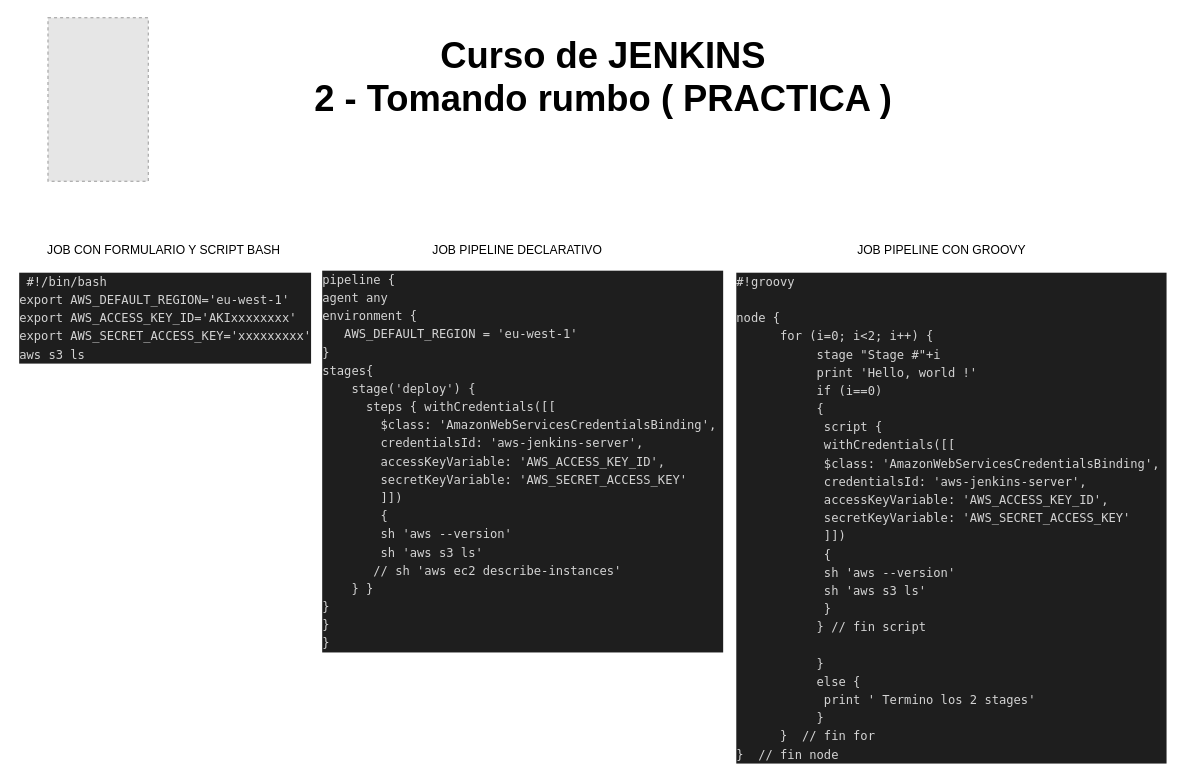
The draw.io diagram page "2--tecnicapresentacion" (4 of 6) of imagenes/jenkins-gcloud.drawio in agustinjaume/jenkins-server, before the edit. Source tidied: cells renumbered, new cells numbered last; positions are measured from the earlier drawing's top-left corner, leaving out a move shared by most shapes. Both pictures are drawn from the tidied source at 101%, with x=0, y=0 at pixel (17, 17). Pictures stored in the file or linked from it are replaced by grey dashed boxes.
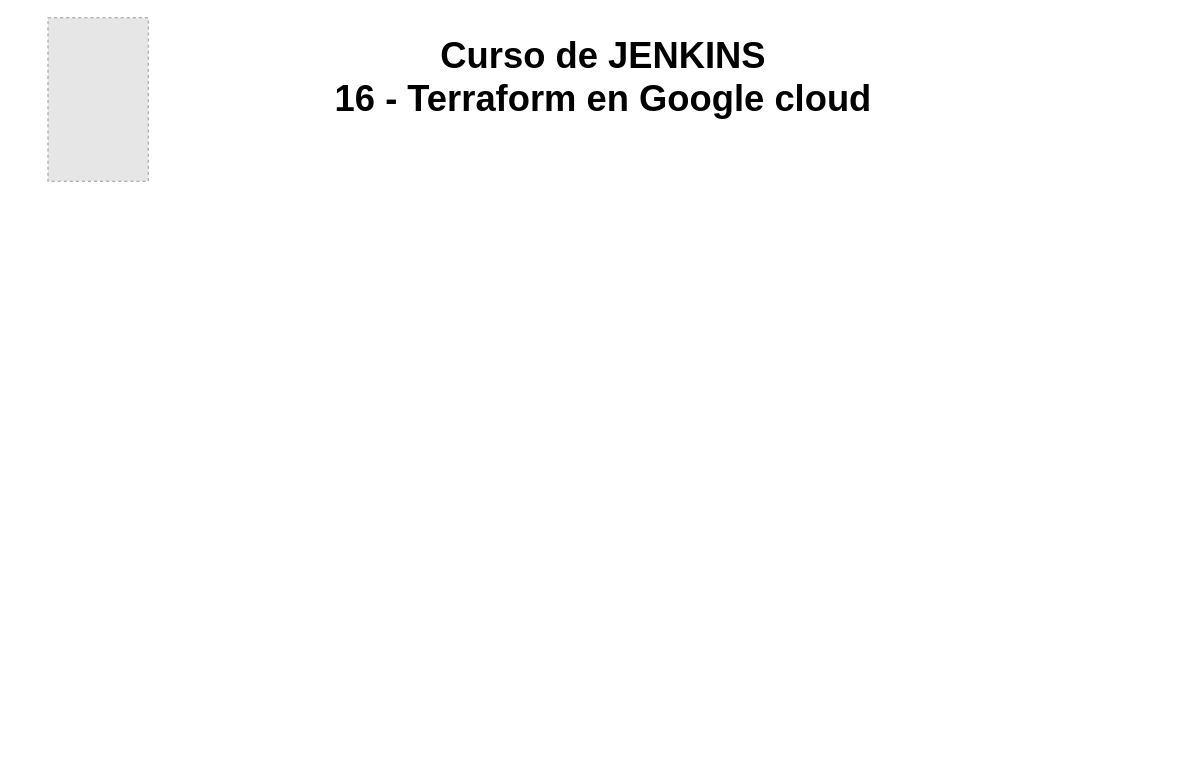
The same diagram, later.

Commit message (it also covers changes not shown here):
add terraform google cloud V2

Diff of the diagram source:
```diff
@@
 <mxGraphModel background="#ffffff">
   <root>
     <mxCell id="0" />
     <mxCell id="1" parent="0" />
-    <mxCell id="2" value="&lt;h1&gt;&lt;font style=&quot;font-size: 36px&quot;&gt;Curso de JENKINS&lt;br&gt;2 - Tomando rumbo ( PRACTICA )&lt;/font&gt;&lt;/h1&gt;&lt;div&gt;&lt;font style=&quot;font-size: 36px&quot;&gt;&lt;br&gt;&lt;/font&gt;&lt;/div&gt;" style="text;html=1;strokeColor=none;fillColor=none;spacing=5;spacingTop=-20;whiteSpace=wrap;overflow=hidden;rounded=0;align=center;" parent="1" vertex="1">
+    <mxCell id="2" value="&lt;h1&gt;&lt;font style=&quot;font-size: 36px&quot;&gt;Curso de JENKINS&lt;br&gt;16 - Terraform en Google cloud&lt;/font&gt;&lt;/h1&gt;&lt;div&gt;&lt;font style=&quot;font-size: 36px&quot;&gt;&lt;br&gt;&lt;/font&gt;&lt;/div&gt;" style="text;html=1;strokeColor=none;fillColor=none;spacing=5;spacingTop=-20;whiteSpace=wrap;overflow=hidden;rounded=0;align=center;" parent="1" vertex="1">
       <mxGeometry x="220" y="10" width="720" height="120" as="geometry" />
     </mxCell>
     <mxCell id="3" style="fillColor=#E6E6E6;strokeColor=#999999;dashed=1;" parent="1" vertex="1">
       <mxGeometry x="30" width="99.3" height="162" as="geometry" />
     </mxCell>
-    <mxCell id="4" value="&lt;pre&gt;&lt;div style=&quot;color: rgb(212 , 212 , 212) ; background-color: rgb(30 , 30 , 30) ; font-family: &amp;#34;menlo&amp;#34; , &amp;#34;monaco&amp;#34; , &amp;#34;courier new&amp;#34; , monospace ; line-height: 18px&quot;&gt;&lt;div&gt;pipeline {&lt;/div&gt;&lt;div&gt;agent any &lt;/div&gt;&lt;div&gt;environment {&lt;/div&gt;&lt;div&gt;   AWS_DEFAULT_REGION = 'eu-west-1' &lt;/div&gt;&lt;div&gt;}&lt;/div&gt;&lt;div&gt;stages{ &lt;/div&gt;&lt;div&gt;    stage('deploy') {&lt;/div&gt;&lt;div&gt;      steps { withCredentials([[&lt;/div&gt;&lt;div&gt;        $class: 'AmazonWebServicesCredentialsBinding', &lt;/div&gt;&lt;div&gt;        credentialsId: 'aws-jenkins-server', &lt;/div&gt;&lt;div&gt;        accessKeyVariable: 'AWS_ACCESS_KEY_ID', &lt;/div&gt;&lt;div&gt;        secretKeyVariable: 'AWS_SECRET_ACCESS_KEY'&lt;/div&gt;&lt;div&gt;        ]]) &lt;/div&gt;&lt;div&gt;        {&lt;/div&gt;&lt;div&gt;        sh 'aws --version' &lt;/div&gt;&lt;div&gt;        sh 'aws s3 ls' &lt;/div&gt;&lt;div&gt;       // sh 'aws ec2 describe-instances'&lt;/div&gt;&lt;div&gt;    } }&lt;/div&gt;&lt;div&gt;} &lt;/div&gt;&lt;div&gt;} &lt;/div&gt;&lt;div&gt;}&lt;/div&gt;&lt;/div&gt;&lt;/pre&gt;" style="text;html=1;strokeColor=none;fillColor=none;align=left;verticalAlign=middle;whiteSpace=wrap;rounded=0;" parent="1" vertex="1">
-      <mxGeometry x="300" y="244" width="400" height="390" as="geometry" />
-    </mxCell>
-    <mxCell id="5" value="&lt;div style=&quot;color: rgb(212 , 212 , 212) ; background-color: rgb(30 , 30 , 30) ; font-family: &amp;#34;menlo&amp;#34; , &amp;#34;monaco&amp;#34; , &amp;#34;courier new&amp;#34; , monospace ; line-height: 18px ; white-space: pre&quot;&gt;&lt;div&gt;#!groovy&lt;/div&gt;&lt;br&gt;&lt;div&gt;node {&lt;/div&gt;&lt;div&gt;      for (i=0; i&amp;lt;2; i++) { &lt;/div&gt;&lt;div&gt;           stage &quot;Stage #&quot;+i&lt;/div&gt;&lt;div&gt;           print 'Hello, world !'&lt;/div&gt;&lt;div&gt;           if (i==0)&lt;/div&gt;&lt;div&gt;           {&lt;/div&gt;&lt;div&gt;            script {&lt;/div&gt;&lt;div&gt;            withCredentials([[&lt;/div&gt;&lt;div&gt;            $class: 'AmazonWebServicesCredentialsBinding', &lt;/div&gt;&lt;div&gt;            credentialsId: 'aws-jenkins-server', &lt;/div&gt;&lt;div&gt;            accessKeyVariable: 'AWS_ACCESS_KEY_ID', &lt;/div&gt;&lt;div&gt;            secretKeyVariable: 'AWS_SECRET_ACCESS_KEY'&lt;/div&gt;&lt;div&gt;            ]]) &lt;/div&gt;&lt;div&gt;            {&lt;/div&gt;&lt;div&gt;            sh 'aws --version' &lt;/div&gt;&lt;div&gt;            sh 'aws s3 ls'&lt;/div&gt;&lt;div&gt;            } &lt;/div&gt;&lt;div&gt;           } // fin script&lt;/div&gt;&lt;br&gt;&lt;div&gt;           }&lt;/div&gt;&lt;div&gt;           else {&lt;/div&gt;&lt;div&gt;            print ' Termino los 2 stages'&lt;/div&gt;&lt;div&gt;           }&lt;/div&gt;&lt;div&gt;      }  // fin for &lt;/div&gt;&lt;div&gt;}  // fin node &lt;/div&gt;&lt;/div&gt;" style="text;html=1;strokeColor=none;fillColor=none;align=left;verticalAlign=middle;whiteSpace=wrap;rounded=0;" parent="1" vertex="1">
-      <mxGeometry x="710" y="250" width="430" height="490" as="geometry" />
-    </mxCell>
-    <mxCell id="6" value="&lt;div style=&quot;color: rgb(212 , 212 , 212) ; background-color: rgb(30 , 30 , 30) ; font-family: &amp;#34;menlo&amp;#34; , &amp;#34;monaco&amp;#34; , &amp;#34;courier new&amp;#34; , monospace ; line-height: 18px ; white-space: pre&quot;&gt;&lt;div&gt; #!/bin/bash&lt;/div&gt;&lt;div&gt;export AWS_DEFAULT_REGION='eu-west-1'&lt;/div&gt;&lt;div&gt;export AWS_ACCESS_KEY_ID='AKIxxxxxxxx'&lt;/div&gt;&lt;div&gt;export AWS_SECRET_ACCESS_KEY='xxxxxxxxx'&lt;/div&gt;&lt;div&gt;aws s3 ls  &lt;/div&gt;&lt;/div&gt;" style="text;html=1;strokeColor=none;fillColor=none;align=left;verticalAlign=middle;whiteSpace=wrap;rounded=0;" parent="1" vertex="1">
-      <mxGeometry y="237" width="290" height="120" as="geometry" />
-    </mxCell>
-    <mxCell id="7" value="JOB CON FORMULARIO Y SCRIPT BASH" style="text;html=1;strokeColor=none;fillColor=none;align=center;verticalAlign=middle;whiteSpace=wrap;rounded=0;" parent="1" vertex="1">
-      <mxGeometry x="20" y="220" width="250" height="20" as="geometry" />
-    </mxCell>
-    <mxCell id="8" value="JOB PIPELINE DECLARATIVO" style="text;html=1;strokeColor=none;fillColor=none;align=center;verticalAlign=middle;whiteSpace=wrap;rounded=0;" parent="1" vertex="1">
-      <mxGeometry x="370" y="220" width="250" height="20" as="geometry" />
-    </mxCell>
-    <mxCell id="9" value="JOB PIPELINE CON GROOVY" style="text;html=1;strokeColor=none;fillColor=none;align=center;verticalAlign=middle;whiteSpace=wrap;rounded=0;" parent="1" vertex="1">
-      <mxGeometry x="790" y="220" width="250" height="20" as="geometry" />
-    </mxCell>
   </root>
 </mxGraphModel>
```
